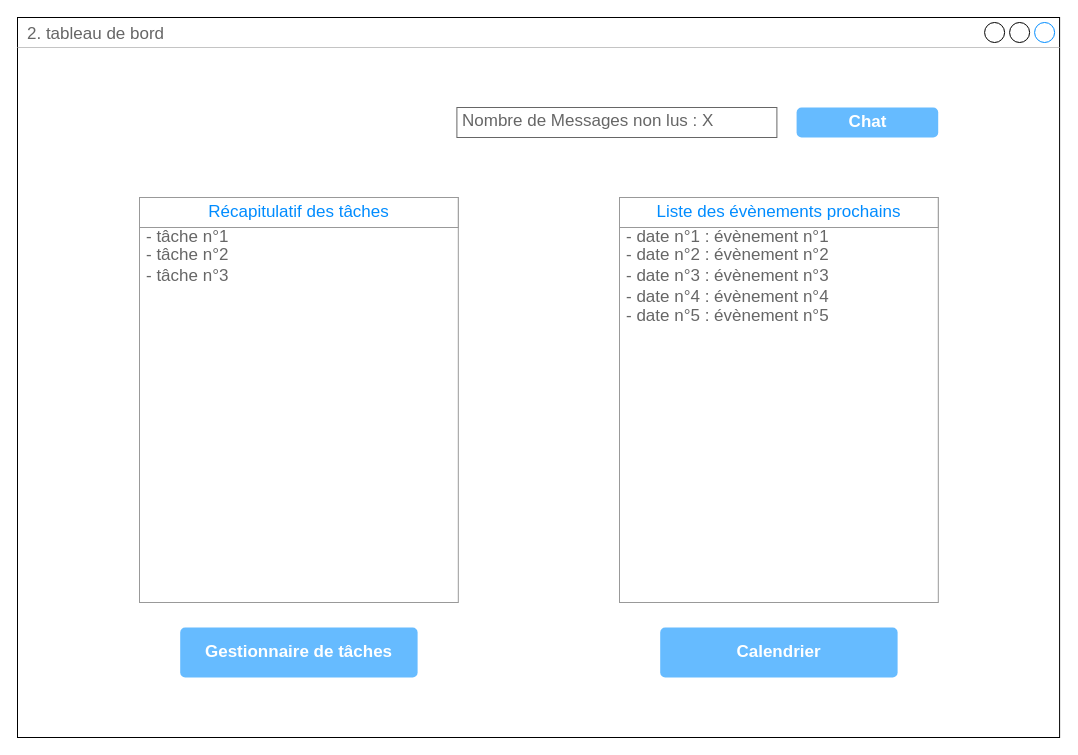
GDSDC/OpenclassroomsProject-P3 keeps this draw.io diagram as page "2. tableau de bord" (4 of 11) of P3 - maquettes - Mobile.drawio. Above is the earlier version. Source tidied: cells renumbered, new cells numbered last; positions are measured from the earlier drawing's top-left corner, leaving out a move shared by most shapes. Both pictures are drawn from the tidied source at 100%, with x=0, y=0 at pixel (17, 17).
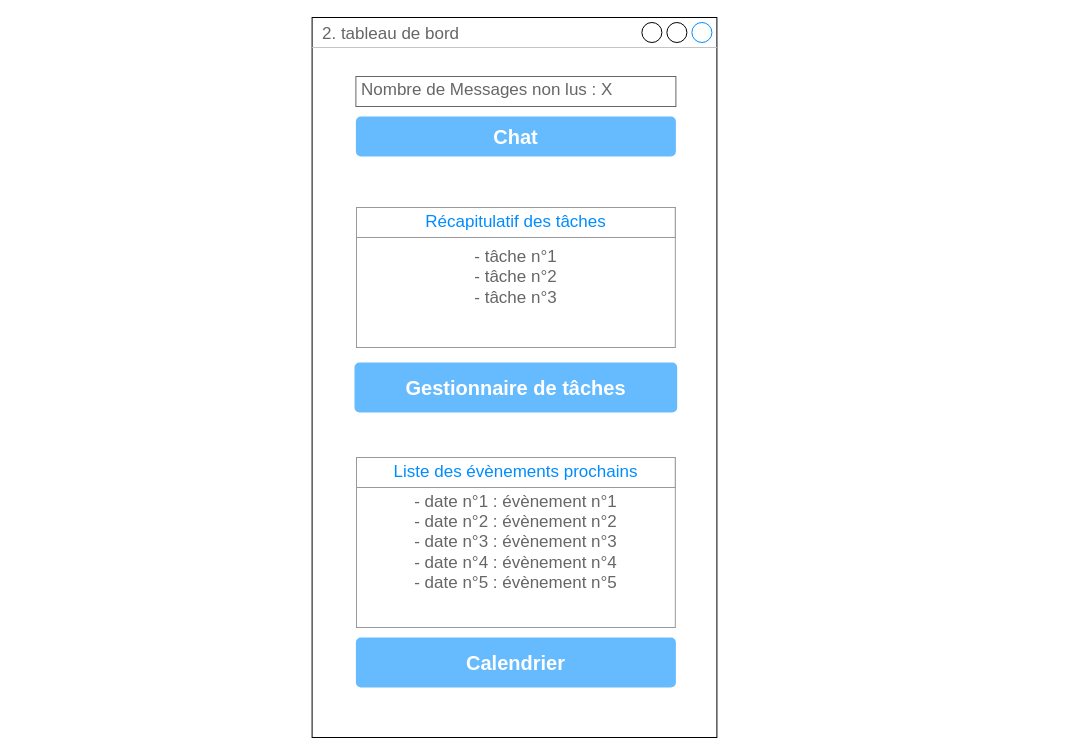
The same diagram, later.

Diff of the diagram source:
```diff
@@
     <mxCell id="2" value="2. tableau de bord" style="strokeWidth=1;shadow=0;dashed=0;align=center;html=1;shape=mxgraph.mockup.containers.window;align=left;verticalAlign=top;spacingLeft=8;strokeColor2=#008cff;strokeColor3=#c4c4c4;fontColor=#666666;mainText=;fontSize=17;labelBackgroundColor=none;" parent="1" vertex="1">
-      <mxGeometry width="1042.1" height="720" as="geometry" />
+      <mxGeometry x="294.6" width="404.8" height="720" as="geometry" />
     </mxCell>
-    <mxCell id="3" style="strokeWidth=1;shadow=0;dashed=0;align=center;html=1;shape=mxgraph.mockup.forms.rrect;rSize=0;strokeColor=#999999;fillColor=#ffffff;" parent="1" vertex="1">
-      <mxGeometry x="122" y="180" width="318.8" height="405" as="geometry" />
+    <mxCell id="3" value="&lt;div&gt;&lt;span style=&quot;color: rgb(102 , 102 , 102) ; font-size: 17px&quot;&gt;- tâche n°1&lt;/span&gt;&lt;/div&gt;&lt;span style=&quot;color: rgb(102 , 102 , 102) ; font-size: 17px&quot;&gt;&lt;div&gt;&lt;span&gt;- tâche n°2&lt;/span&gt;&lt;/div&gt;&lt;/span&gt;&lt;span style=&quot;color: rgb(102 , 102 , 102) ; font-size: 17px&quot;&gt;&lt;div&gt;&lt;span&gt;- tâche n°3&lt;/span&gt;&lt;/div&gt;&lt;/span&gt;" style="strokeWidth=1;shadow=0;dashed=0;align=center;html=1;shape=mxgraph.mockup.forms.rrect;rSize=0;strokeColor=#999999;fillColor=#ffffff;" parent="1" vertex="1">
+      <mxGeometry x="339" y="190" width="318.8" height="140" as="geometry" />
     </mxCell>
@@
-    <mxCell id="5" value="- tâche n°1" style="strokeWidth=1;shadow=0;dashed=0;align=center;html=1;shape=mxgraph.mockup.forms.anchor;fontSize=17;fontColor=#666666;align=left;spacingLeft=5;" parent="3" vertex="1">
+    <mxCell id="5" style="strokeWidth=1;shadow=0;dashed=0;align=center;html=1;shape=mxgraph.mockup.forms.anchor;fontSize=17;fontColor=#666666;align=left;spacingLeft=5;" parent="3" vertex="1">
       <mxGeometry width="318.75" height="20" relative="1" as="geometry">
         <mxPoint y="30" as="offset" />
       </mxGeometry>
     </mxCell>
-    <mxCell id="6" value="- tâche n°2" style="strokeWidth=1;shadow=0;dashed=0;align=center;html=1;shape=mxgraph.mockup.forms.anchor;fontSize=17;fontColor=#666666;align=left;spacingLeft=5;" parent="3" vertex="1">
-      <mxGeometry y="48.6" width="318.8" height="19.1" as="geometry" />
-    </mxCell>
-    <mxCell id="7" value="- tâche n°3" style="strokeWidth=1;shadow=0;dashed=0;align=center;html=1;shape=mxgraph.mockup.forms.anchor;fontSize=17;fontColor=#666666;align=left;spacingLeft=5;" parent="3" vertex="1">
-      <mxGeometry y="69.6" width="318.8" height="19.1" as="geometry" />
-    </mxCell>
-    <mxCell id="8" style="strokeWidth=1;shadow=0;dashed=0;align=center;html=1;shape=mxgraph.mockup.forms.rrect;rSize=0;strokeColor=#999999;fillColor=#ffffff;" parent="1" vertex="1">
-      <mxGeometry x="602" y="180" width="318.8" height="405" as="geometry" />
+    <mxCell id="8" value="&lt;span style=&quot;color: rgb(102 , 102 , 102) ; font-size: 17px ; text-align: left&quot;&gt;- date n°1 : évènement n°1&lt;br&gt;&lt;/span&gt;&lt;span style=&quot;color: rgb(102 , 102 , 102) ; font-size: 17px ; text-align: left&quot;&gt;- date n°2 : évènement n°2&lt;br&gt;&lt;/span&gt;&lt;span style=&quot;color: rgb(102 , 102 , 102) ; font-size: 17px ; text-align: left&quot;&gt;- date n°3 : évènement n°3&lt;br&gt;&lt;/span&gt;&lt;span style=&quot;color: rgb(102 , 102 , 102) ; font-size: 17px ; text-align: left&quot;&gt;- date n°4 : évènement n°4&lt;br&gt;&lt;/span&gt;&lt;span style=&quot;color: rgb(102 , 102 , 102) ; font-size: 17px ; text-align: left&quot;&gt;- date n°5 : évènement n°5&lt;/span&gt;&lt;span style=&quot;color: rgb(102 , 102 , 102) ; font-size: 17px ; text-align: left&quot;&gt;&lt;br&gt;&lt;/span&gt;" style="strokeWidth=1;shadow=0;dashed=0;align=center;html=1;shape=mxgraph.mockup.forms.rrect;rSize=0;strokeColor=#999999;fillColor=#ffffff;" parent="1" vertex="1">
+      <mxGeometry x="339" y="440" width="318.8" height="170" as="geometry" />
     </mxCell>
@@
-    <mxCell id="10" value="- date n°1 : évènement n°1" style="strokeWidth=1;shadow=0;dashed=0;align=center;html=1;shape=mxgraph.mockup.forms.anchor;fontSize=17;fontColor=#666666;align=left;spacingLeft=5;" parent="8" vertex="1">
-      <mxGeometry width="318.75" height="20" relative="1" as="geometry">
-        <mxPoint y="30" as="offset" />
-      </mxGeometry>
-    </mxCell>
-    <mxCell id="11" value="- date n°2 : évènement n°2" style="strokeWidth=1;shadow=0;dashed=0;align=center;html=1;shape=mxgraph.mockup.forms.anchor;fontSize=17;fontColor=#666666;align=left;spacingLeft=5;" parent="8" vertex="1">
-      <mxGeometry y="48.6" width="318.8" height="19.1" as="geometry" />
-    </mxCell>
-    <mxCell id="12" value="- date n°3 : évènement n°3" style="strokeWidth=1;shadow=0;dashed=0;align=center;html=1;shape=mxgraph.mockup.forms.anchor;fontSize=17;fontColor=#666666;align=left;spacingLeft=5;" parent="8" vertex="1">
-      <mxGeometry y="69.6" width="318.8" height="19.1" as="geometry" />
-    </mxCell>
-    <mxCell id="13" value="- date n°4 : évènement n°4" style="strokeWidth=1;shadow=0;dashed=0;align=center;html=1;shape=mxgraph.mockup.forms.anchor;fontSize=17;fontColor=#666666;align=left;spacingLeft=5;" parent="8" vertex="1">
-      <mxGeometry y="90.5" width="318.8" height="19.1" as="geometry" />
-    </mxCell>
-    <mxCell id="14" value="- date n°5 : évènement n°5" style="strokeWidth=1;shadow=0;dashed=0;align=center;html=1;shape=mxgraph.mockup.forms.anchor;fontSize=17;fontColor=#666666;align=left;spacingLeft=5;" parent="8" vertex="1">
-      <mxGeometry y="109.6" width="318.8" height="19.1" as="geometry" />
-    </mxCell>
     <mxCell id="15" value="Nombre de Messages non lus : X" style="strokeWidth=1;shadow=0;dashed=0;align=center;html=1;shape=mxgraph.mockup.text.textBox;fontColor=#666666;align=left;fontSize=17;spacingLeft=4;spacingTop=-3;strokeColor=#666666;mainText=;" parent="1" vertex="1">
-      <mxGeometry x="439.4" y="90" width="320" height="30" as="geometry" />
+      <mxGeometry x="338.4" y="59" width="320" height="30" as="geometry" />
     </mxCell>
-    <mxCell id="16" value="&lt;span style=&quot;font-size: 17px&quot;&gt;Gestionnaire de tâches&lt;/span&gt;" style="strokeWidth=1;shadow=0;dashed=0;align=center;html=1;shape=mxgraph.mockup.forms.rrect;rSize=5;strokeColor=none;fontColor=#ffffff;fillColor=#66bbff;fontSize=16;fontStyle=1;" parent="1" vertex="1">
-      <mxGeometry x="162.7" y="610" width="237.4" height="50" as="geometry" />
+    <mxCell id="16" value="&lt;span style=&quot;font-size: 20px;&quot;&gt;Gestionnaire de tâches&lt;/span&gt;" style="strokeWidth=1;shadow=0;dashed=0;align=center;html=1;shape=mxgraph.mockup.forms.rrect;rSize=5;strokeColor=none;fontColor=#ffffff;fillColor=#66bbff;fontSize=20;fontStyle=1;" parent="1" vertex="1">
+      <mxGeometry x="337" y="345" width="322.7" height="50" as="geometry" />
     </mxCell>
-    <mxCell id="17" value="&lt;span style=&quot;font-size: 17px&quot;&gt;Calendrier&lt;/span&gt;" style="strokeWidth=1;shadow=0;dashed=0;align=center;html=1;shape=mxgraph.mockup.forms.rrect;rSize=5;strokeColor=none;fontColor=#ffffff;fillColor=#66bbff;fontSize=16;fontStyle=1;" parent="1" vertex="1">
-      <mxGeometry x="642.7" y="610" width="237.4" height="50" as="geometry" />
+    <mxCell id="17" value="&lt;span style=&quot;font-size: 20px;&quot;&gt;Calendrier&lt;/span&gt;" style="strokeWidth=1;shadow=0;dashed=0;align=center;html=1;shape=mxgraph.mockup.forms.rrect;rSize=5;strokeColor=none;fontColor=#ffffff;fillColor=#66bbff;fontSize=20;fontStyle=1;" parent="1" vertex="1">
+      <mxGeometry x="338.4" y="620" width="320" height="50" as="geometry" />
     </mxCell>
-    <mxCell id="18" value="&lt;span style=&quot;font-size: 17px&quot;&gt;Chat&lt;/span&gt;" style="strokeWidth=1;shadow=0;dashed=0;align=center;html=1;shape=mxgraph.mockup.forms.rrect;rSize=5;strokeColor=none;fontColor=#ffffff;fillColor=#66bbff;fontSize=16;fontStyle=1;" parent="1" vertex="1">
-      <mxGeometry x="779.1" y="90" width="141.6" height="30" as="geometry" />
+    <mxCell id="18" value="&lt;span style=&quot;font-size: 20px;&quot;&gt;Chat&lt;/span&gt;" style="strokeWidth=1;shadow=0;dashed=0;align=center;html=1;shape=mxgraph.mockup.forms.rrect;rSize=5;strokeColor=none;fontColor=#ffffff;fillColor=#66bbff;fontSize=20;fontStyle=1;" parent="1" vertex="1">
+      <mxGeometry x="338.4" y="99" width="320" height="40" as="geometry" />
     </mxCell>
```
